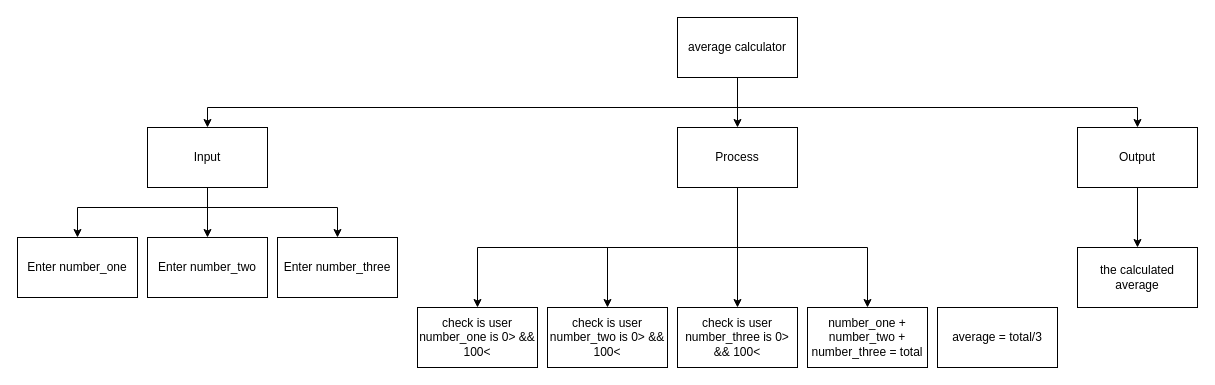
Earlier version of the draw.io diagram TopDown.Drawio (JacksonNaufal/ICS3U-Assignment3-Python). Source tidied: cells renumbered, new cells numbered last; positions are measured from the earlier drawing's top-left corner, leaving out a move shared by most shapes. Both pictures are drawn from the tidied source at 100%, with x=0, y=0 at pixel (17, 17).
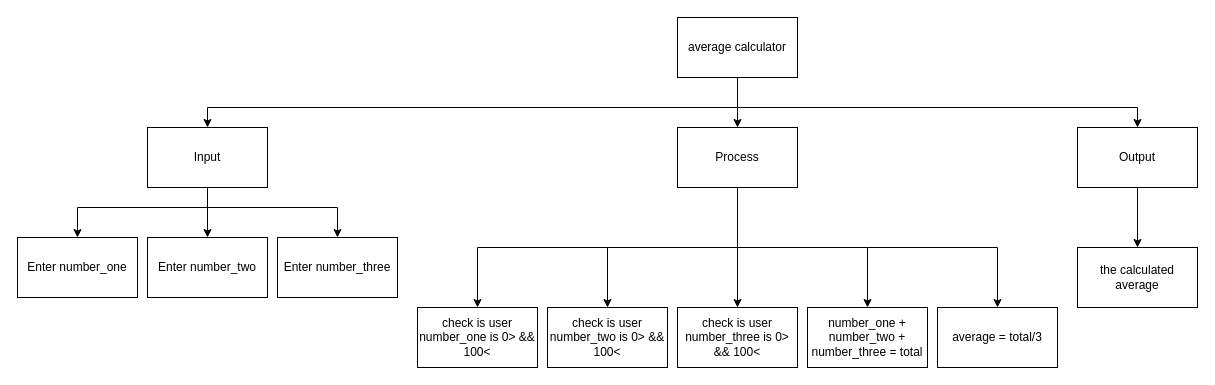
Above is the later version.

The change refers to these unchanged cells:
```xml
<mxCell id="25" value="average = total/3" style="rounded=0;whiteSpace=wrap;html=1;" parent="1" vertex="1">
  <mxGeometry x="920" y="290" width="120" height="60" as="geometry" />
</mxCell>
```

Diff of the diagram source:
```diff
@@
+    <mxCell id="26" style="edgeStyle=none;html=1;entryX=0.5;entryY=0;entryDx=0;entryDy=0;rounded=0;" parent="1" edge="1" target="25">
+      <mxGeometry relative="1" as="geometry">
+        <mxPoint x="850" y="230" as="sourcePoint" />
+        <Array as="points">
+          <mxPoint x="980" y="230" />
+        </Array>
+      </mxGeometry>
+    </mxCell>
```
